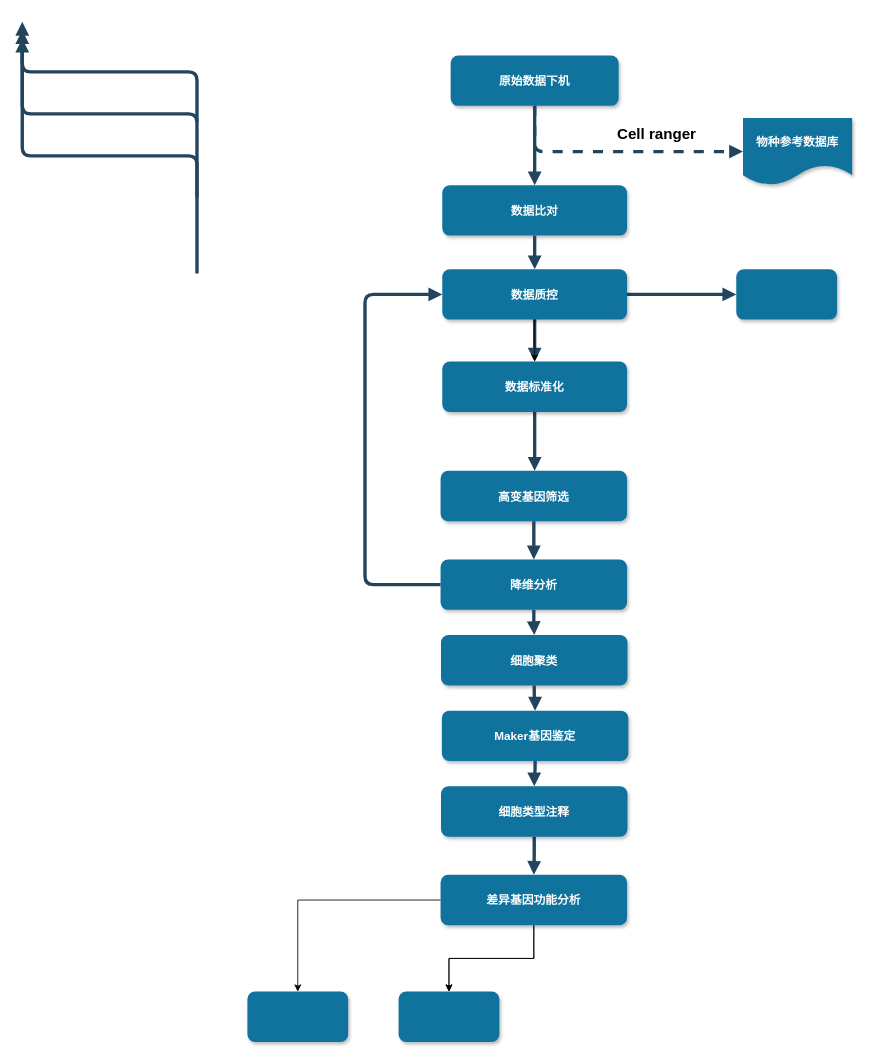
Earlier version of the draw.io diagram 流程图1.drawio (myshu2017-03-14/test-myshu-2018-1-13). Source tidied: cells renumbered, new cells numbered last; positions are measured from the earlier drawing's top-left corner, leaving out a move shared by most shapes. Both pictures are drawn from the tidied source at 84%, with x=0, y=0 at pixel (22, 22).
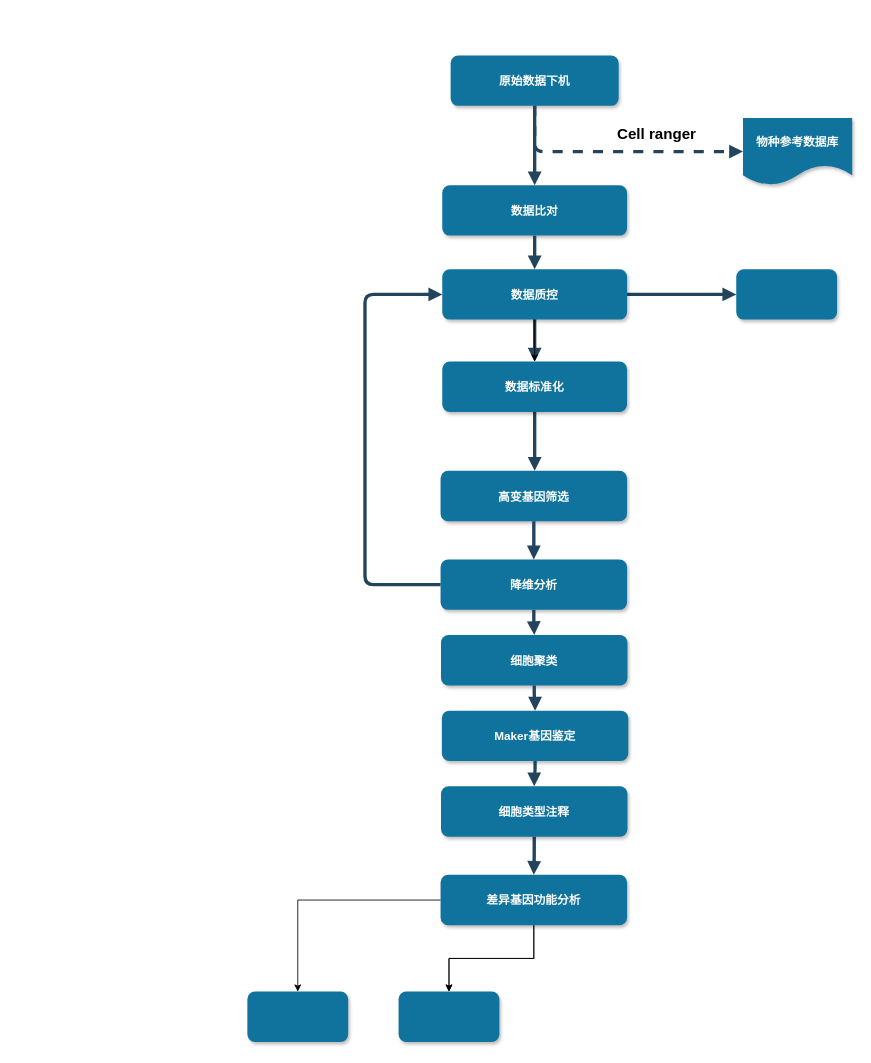
The same diagram, later.

Commit message:
更新流程图1.drawio

Diff of the diagram source:
```diff
@@
-    <mxCell id="14" style="edgeStyle=elbowEdgeStyle;elbow=vertical;strokeWidth=4;endArrow=block;endFill=1;fontStyle=1;strokeColor=#23445D;" parent="1" edge="1">
-      <mxGeometry x="62" y="165.5" as="geometry">
-        <mxPoint x="208" y="119" as="sourcePoint" />
-        <mxPoint y="-0.5" as="targetPoint" />
-      </mxGeometry>
-    </mxCell>
-    <mxCell id="15" style="edgeStyle=elbowEdgeStyle;elbow=vertical;strokeWidth=4;endArrow=block;endFill=1;fontStyle=1;strokeColor=#23445D;" parent="1" edge="1">
-      <mxGeometry x="62" y="175.5" as="geometry">
-        <mxPoint x="208" y="209" as="sourcePoint" />
-        <mxPoint y="9.5" as="targetPoint" />
-      </mxGeometry>
-    </mxCell>
-    <mxCell id="16" style="edgeStyle=elbowEdgeStyle;elbow=vertical;strokeWidth=4;endArrow=block;endFill=1;fontStyle=1;strokeColor=#23445D;" parent="1" edge="1">
-      <mxGeometry x="62" y="185.5" as="geometry">
-        <mxPoint x="208" y="299" as="sourcePoint" />
-        <mxPoint y="19.5" as="targetPoint" />
-      </mxGeometry>
-    </mxCell>
```
